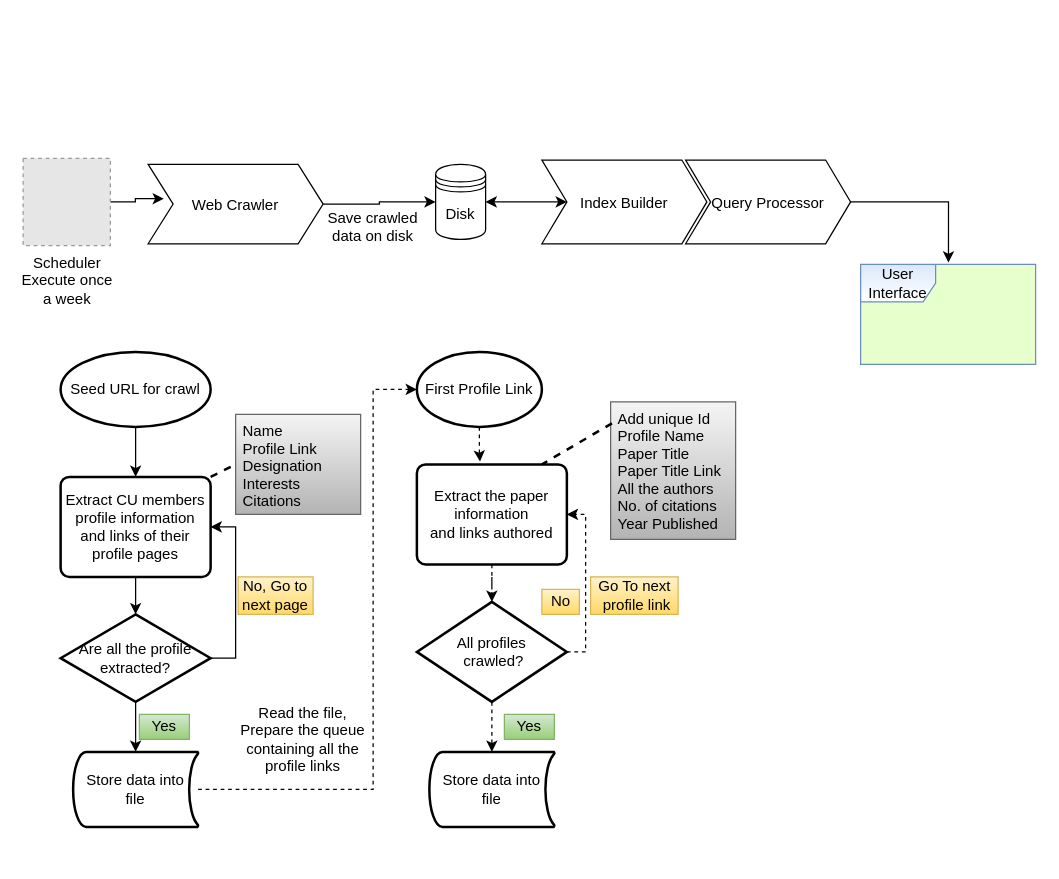
Earlier version of the draw.io diagram Untitled Diagram.drawio (rawat-sushil/vertical_search_engine). Source tidied: cells renumbered, new cells numbered last; positions are measured from the earlier drawing's top-left corner, leaving out a move shared by most shapes. Both pictures are drawn from the tidied source at 125%, with x=0, y=0 at pixel (22, 158). Pictures stored in the file or linked from it are replaced by grey dashed boxes.
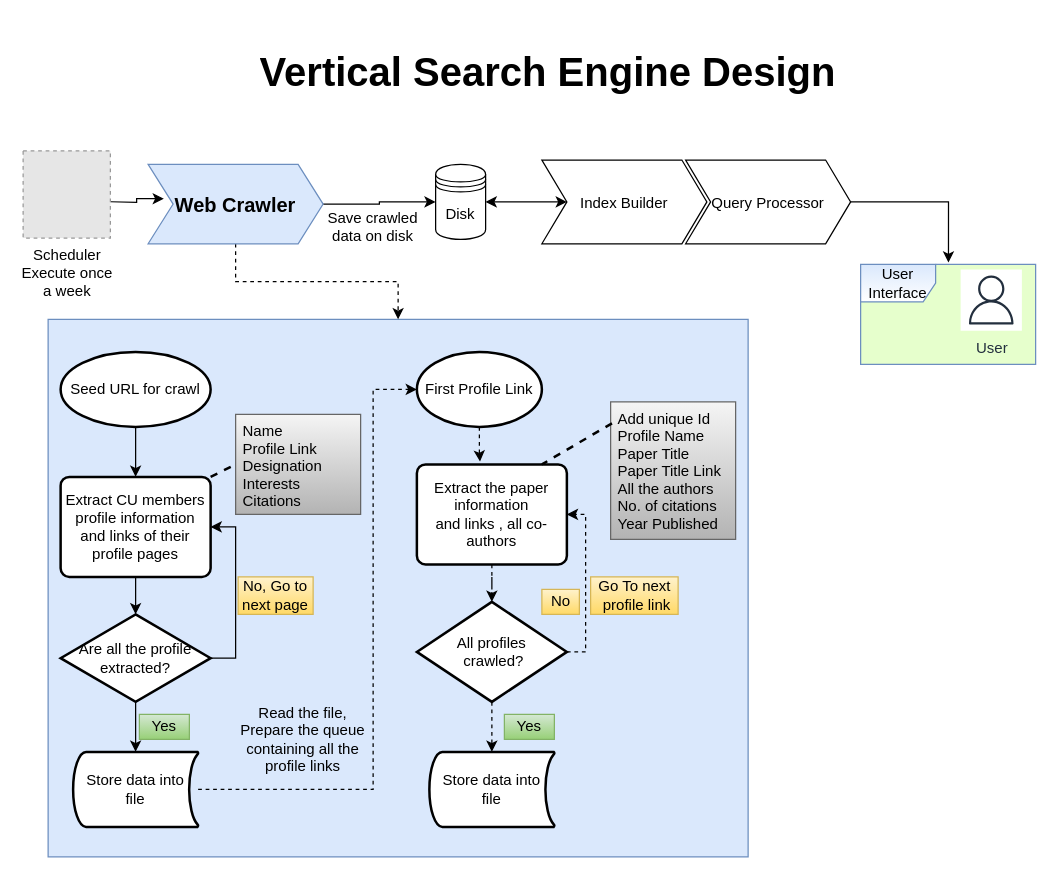
Above is the later version.

What changed in the source:
```diff
@@
+    <mxCell id="40" style="rounded=0;whiteSpace=wrap;html=1;fontSize=12;align=center;fillColor=#dae8fc;strokeColor=#6c8ebf;" parent="1" vertex="1">
+      <mxGeometry x="20" y="129" width="560" height="430" as="geometry" />
+    </mxCell>
@@
+    <mxCell id="41" style="edgeStyle=orthogonalEdgeStyle;rounded=0;jettySize=auto;html=1;dashed=1;startArrow=none;startFill=0;fontSize=24;" parent="1" edge="1" source="5" target="40">
+      <mxGeometry relative="1" as="geometry" />
+    </mxCell>
-    <mxCell id="5" value="Web Crawler" style="shape=step;perimeter=stepPerimeter;fixedSize=1;points=[];" parent="1" vertex="1">
+    <mxCell id="5" value="Web Crawler" style="shape=step;perimeter=stepPerimeter;fixedSize=1;points=[];fillColor=#dae8fc;strokeColor=#6c8ebf;fontStyle=1;fontSize=16;" parent="1" vertex="1">
       <mxGeometry x="100" y="5" width="140" height="63.5" as="geometry" />
     </mxCell>
@@
-    <mxCell id="11" style="edgeStyle=orthogonalEdgeStyle;rounded=0;jettySize=auto;html=1;entryX=0.09;entryY=0.432;entryDx=0;entryDy=0;entryPerimeter=0;startArrow=none;startFill=0;" parent="1" edge="1" source="12" target="5">
-      <mxGeometry relative="1" as="geometry" />
+    <mxCell id="11" style="edgeStyle=orthogonalEdgeStyle;rounded=0;jettySize=auto;html=1;entryX=0.09;entryY=0.432;entryDx=0;entryDy=0;entryPerimeter=0;startArrow=none;startFill=0;" parent="1" edge="1" target="5">
+      <mxGeometry relative="1" as="geometry">
+        <mxPoint x="69.8" y="34.9" as="sourcePoint" />
+      </mxGeometry>
     </mxCell>
     <mxCell id="12" value="Scheduler&lt;br&gt;Execute once &lt;br&gt;a week" style="fillColor=#E6E6E6;strokeColor=#999999;dashed=1;html=1;verticalAlign=top;verticalLabelPosition=bottom;labelBackgroundColor=#ffffff;" parent="1" vertex="1">
-      <mxGeometry y="0.1" width="69.8" height="69.8" as="geometry" />
+      <mxGeometry y="-5.9" width="69.8" height="69.8" as="geometry" />
     </mxCell>
@@
-    <mxCell id="30" value="Extract the paper information &lt;br&gt;and links authored" style="rounded=1;whiteSpace=wrap;html=1;absoluteArcSize=1;arcSize=14;strokeWidth=2;gradientColor=#ffffff;fontSize=12;align=center;" parent="1" vertex="1">
+    <mxCell id="30" value="Extract the paper information &lt;br&gt;and links , all co-authors" style="rounded=1;whiteSpace=wrap;html=1;absoluteArcSize=1;arcSize=14;strokeWidth=2;gradientColor=#ffffff;fontSize=12;align=center;" parent="1" vertex="1">
       <mxGeometry x="315" y="245" width="120" height="80" as="geometry" />
     </mxCell>
@@
+    <mxCell id="42" value="&lt;h1 style=&quot;font-size: 32px;&quot;&gt;Vertical Search Engine Design&lt;/h1&gt;&lt;p style=&quot;font-size: 32px;&quot;&gt;&lt;br style=&quot;font-size: 32px;&quot;&gt;&lt;/p&gt;" style="text;html=1;strokeColor=none;fillColor=none;spacing=5;spacingTop=-20;whiteSpace=wrap;overflow=hidden;rounded=0;fontSize=32;align=center;verticalAlign=middle;" parent="1" vertex="1">
+      <mxGeometry x="160" y="-94" width="520" height="60" as="geometry" />
+    </mxCell>
+    <mxCell id="43" value="User" style="fontColor=#232F3E;gradientColor=none;strokeColor=#232F3E;fillColor=#ffffff;dashed=0;verticalLabelPosition=bottom;verticalAlign=top;align=center;html=1;fontSize=12;fontStyle=0;shape=mxgraph.aws4.resourceIcon;resIcon=mxgraph.aws4.user;" parent="1" vertex="1">
+      <mxGeometry x="750" y="89" width="49" height="49" as="geometry" />
+    </mxCell>
```
